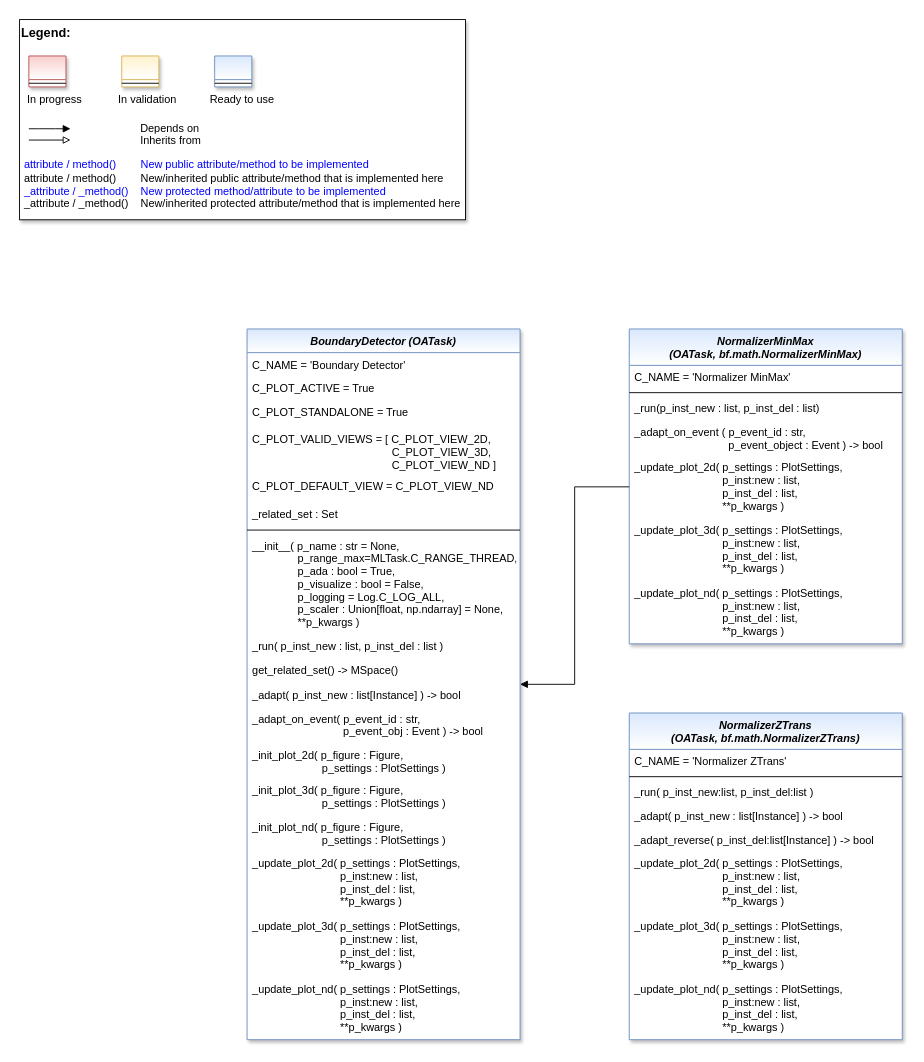
Above: doc/rtd/content/99_appendices/appendix2/sub/pool/mlpro_oa/streams/tasks/images/MLPro-OA-Preprocessing-Tasks_class_diagram.drawio in fhswf/MLPro (draw.io), before the change. Source tidied: cells renumbered, new cells numbered last; positions are measured from the earlier drawing's top-left corner, leaving out a move shared by most shapes. Both pictures are drawn from the tidied source at 91%, with x=0, y=0 at pixel (19, 19).
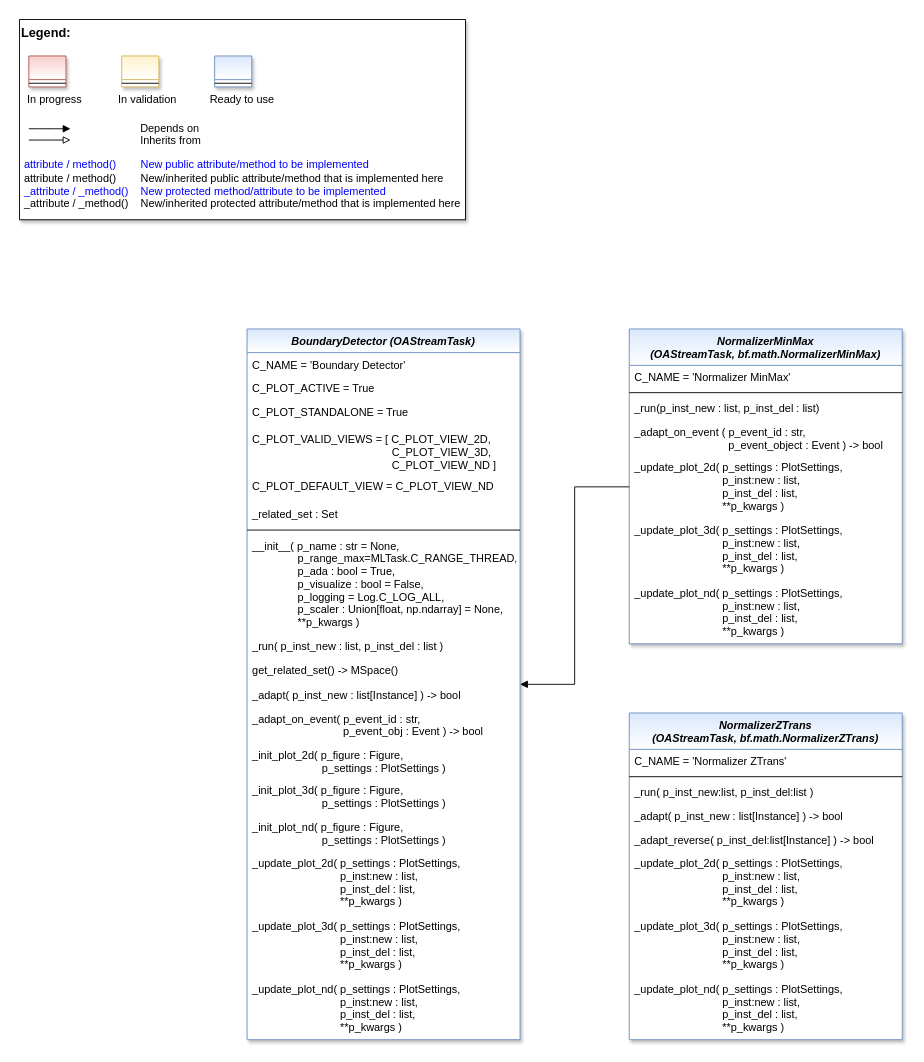
Above is the later version.

Diff of the diagram source:
```diff
@@
-    <mxCell id="12" value="BoundaryDetector (OATask)" style="swimlane;fontStyle=3;align=center;verticalAlign=top;horizontal=1;startSize=26;rounded=0;shadow=1;strokeWidth=1;fillColor=#dae8fc;strokeColor=#6c8ebf;swimlaneFillColor=#ffffff;gradientColor=#FFFFFF;fontColor=default;" parent="1" vertex="1">
+    <mxCell id="12" value="BoundaryDetector (OAStreamTask)" style="swimlane;fontStyle=3;align=center;verticalAlign=top;horizontal=1;startSize=26;rounded=0;shadow=1;strokeWidth=1;fillColor=#dae8fc;strokeColor=#6c8ebf;swimlaneFillColor=#ffffff;gradientColor=#FFFFFF;fontColor=default;" parent="1" vertex="1">
       <mxGeometry x="250" y="340" width="300" height="781" as="geometry" />
     </mxCell>
@@
-    <mxCell id="31" value="NormalizerZTrans &#10;(OATask, bf.math.NormalizerZTrans)" style="swimlane;fontStyle=3;align=center;verticalAlign=top;horizontal=1;startSize=40;rounded=0;shadow=1;strokeWidth=1;fillColor=#dae8fc;strokeColor=#6c8ebf;swimlaneFillColor=#ffffff;gradientColor=#FFFFFF;" parent="1" vertex="1">
+    <mxCell id="31" value="NormalizerZTrans &#10;(OAStreamTask, bf.math.NormalizerZTrans)" style="swimlane;fontStyle=3;align=center;verticalAlign=top;horizontal=1;startSize=40;rounded=0;shadow=1;strokeWidth=1;fillColor=#dae8fc;strokeColor=#6c8ebf;swimlaneFillColor=#ffffff;gradientColor=#FFFFFF;" parent="1" vertex="1">
       <mxGeometry x="670" y="762" width="300" height="359" as="geometry" />
     </mxCell>
@@
-    <mxCell id="40" value="NormalizerMinMax &#10;(OATask, bf.math.NormalizerMinMax)" style="swimlane;fontStyle=3;align=center;verticalAlign=top;horizontal=1;startSize=40;rounded=0;shadow=1;strokeWidth=1;fillColor=#dae8fc;strokeColor=#6c8ebf;swimlaneFillColor=#ffffff;gradientColor=#FFFFFF;" parent="1" vertex="1">
+    <mxCell id="40" value="NormalizerMinMax &#10;(OAStreamTask, bf.math.NormalizerMinMax)" style="swimlane;fontStyle=3;align=center;verticalAlign=top;horizontal=1;startSize=40;rounded=0;shadow=1;strokeWidth=1;fillColor=#dae8fc;strokeColor=#6c8ebf;swimlaneFillColor=#ffffff;gradientColor=#FFFFFF;" parent="1" vertex="1">
       <mxGeometry x="670" y="340" width="300" height="346" as="geometry" />
     </mxCell>
```
